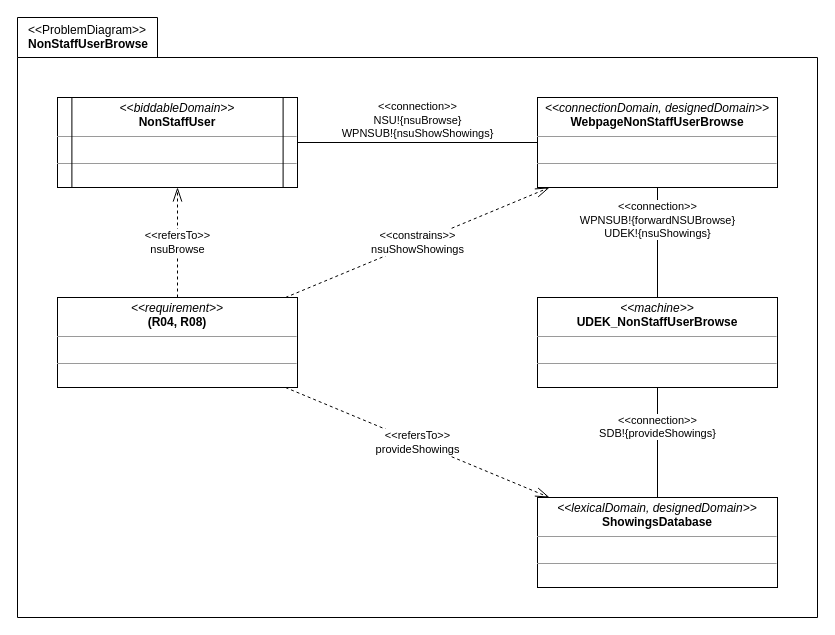
melvdlin/swtlab keeps this draw.io diagram as page "PD" (1 of 2) of a04_problem_diagram_2.drawio. Above is the earlier version. Source tidied: cells renumbered, new cells numbered last; positions are measured from the earlier drawing's top-left corner, leaving out a move shared by most shapes. Both pictures are drawn from the tidied source at 100%, with x=0, y=0 at pixel (17, 17).
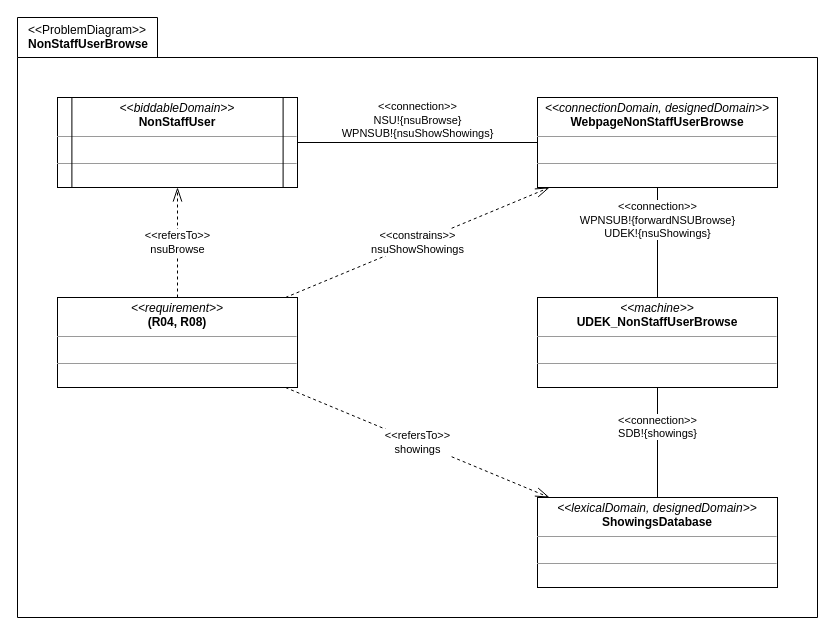
The same page after the edit.

Diff of the diagram source:
```diff
@@
 <mxGraphModel>
   <root>
     <mxCell id="0" />
     <mxCell id="1" parent="0" />
     <mxCell id="2" value="&lt;div&gt;&lt;span style=&quot;font-weight: 400&quot;&gt;&amp;lt;&amp;lt;ProblemDiagram&amp;gt;&amp;gt;&lt;/span&gt;&lt;/div&gt;&lt;div style=&quot;text-align: center&quot;&gt;NonStaffUserBrowse&lt;/div&gt;" style="shape=folder;fontStyle=1;spacingTop=1;tabWidth=140;tabHeight=40;tabPosition=left;html=1;rounded=0;shadow=0;glass=0;comic=0;sketch=0;gradientColor=none;labelPosition=center;verticalLabelPosition=middle;align=left;verticalAlign=top;spacing=0;spacingLeft=11;fillColor=default;" parent="1" vertex="1">
       <mxGeometry width="800" height="600" as="geometry" />
     </mxCell>
     <mxCell id="3" style="group;" parent="2" vertex="1">
       <mxGeometry x="40" y="80" width="720" height="490" as="geometry" />
     </mxCell>
     <mxCell id="4" value="&lt;p style=&quot;margin: 0px ; margin-top: 4px ; text-align: center&quot;&gt;&lt;i&gt;&amp;lt;&amp;lt;machine&amp;gt;&amp;gt;&lt;/i&gt;&lt;br&gt;&lt;b&gt;UDEK_NonStaffUserBrowse&lt;/b&gt;&lt;/p&gt;&lt;hr size=&quot;1&quot;&gt;&lt;p style=&quot;margin: 0px ; margin-left: 4px&quot;&gt;&lt;br&gt;&lt;/p&gt;&lt;hr size=&quot;1&quot;&gt;&lt;p style=&quot;margin: 0px ; margin-left: 4px&quot;&gt;&lt;br&gt;&lt;/p&gt;" style="verticalAlign=top;align=left;overflow=fill;fontSize=12;fontFamily=Helvetica;html=1;rounded=0;shadow=0;glass=0;comic=0;sketch=0;fontColor=default;gradientColor=none;" parent="3" vertex="1">
       <mxGeometry x="480" y="200" width="240" height="90" as="geometry" />
     </mxCell>
     <mxCell id="5" value="&amp;lt;&amp;lt;connection&amp;gt;&amp;gt;&lt;br&gt;WPNSUB!{forwardNSUBrowse}&lt;br&gt;UDEK!{nsuShowings}" style="rounded=0;jettySize=auto;html=1;startArrow=none;startFill=0;endArrow=none;endFill=0;startSize=12;endSize=12;verticalAlign=bottom;" parent="3" edge="1" source="6" target="4">
       <mxGeometry relative="1" as="geometry" />
     </mxCell>
     <mxCell id="6" value="&lt;p style=&quot;margin: 0px ; margin-top: 4px ; text-align: center&quot;&gt;&lt;i&gt;&amp;lt;&amp;lt;connectionDomain, designedDomain&amp;gt;&amp;gt;&lt;/i&gt;&lt;br&gt;&lt;b&gt;WebpageNonStaffUserBrowse&lt;/b&gt;&lt;/p&gt;&lt;hr size=&quot;1&quot;&gt;&lt;p style=&quot;margin: 0px ; margin-left: 4px&quot;&gt;&lt;br&gt;&lt;/p&gt;&lt;hr size=&quot;1&quot;&gt;&lt;p style=&quot;margin: 0px ; margin-left: 4px&quot;&gt;&lt;br&gt;&lt;/p&gt;" style="verticalAlign=top;align=left;overflow=fill;fontSize=12;fontFamily=Helvetica;html=1;rounded=0;shadow=0;glass=0;comic=0;sketch=0;fontColor=default;gradientColor=none;" parent="3" vertex="1">
       <mxGeometry x="480" width="240" height="90" as="geometry" />
     </mxCell>
     <mxCell id="7" style="group;" parent="3" vertex="1">
       <mxGeometry width="240" height="90" as="geometry" />
     </mxCell>
     <mxCell id="8" value="&lt;p style=&quot;margin: 0px ; margin-top: 4px ; text-align: center&quot;&gt;&lt;i&gt;&amp;lt;&amp;lt;biddableDomain&amp;gt;&amp;gt;&lt;/i&gt;&lt;br&gt;&lt;b&gt;NonStaffUser&lt;/b&gt;&lt;/p&gt;&lt;hr size=&quot;1&quot;&gt;&lt;p style=&quot;margin: 0px ; margin-left: 4px&quot;&gt;&lt;br&gt;&lt;/p&gt;&lt;hr size=&quot;1&quot;&gt;&lt;p style=&quot;margin: 0px ; margin-left: 4px&quot;&gt;&lt;br&gt;&lt;/p&gt;" style="verticalAlign=top;align=left;overflow=fill;fontSize=12;fontFamily=Helvetica;html=1;rounded=0;shadow=0;glass=0;comic=0;sketch=0;fontColor=default;gradientColor=none;points=[[0,0,0,0,0],[0,0.24,0,0,0],[0,0.5,0,0,0],[0,0.76,0,0,0],[0,1,0,0,0],[0.06,0,0,0,0],[0.06,1,0,0,0],[0.13,0,0,0,0],[0.13,1,0,0,0],[0.25,0,0,0,0],[0.25,1,0,0,0],[0.5,0,0,0,0],[0.5,1,0,0,0],[0.75,0,0,0,0],[0.75,1,0,0,0],[0.88,0,0,0,0],[0.88,1,0,0,0],[0.94,0,0,0,0],[0.94,1,0,0,0],[1,0,0,0,0],[1,0.26,0,0,0],[1,0.5,0,0,0],[1,0.76,0,0,0],[1,1,0,0,0]];strokeWidth=1;" parent="7" vertex="1">
       <mxGeometry width="240" height="90" as="geometry" />
     </mxCell>
     <mxCell id="9" style="rounded=0;orthogonalLoop=1;jettySize=auto;html=1;exitX=0.06;exitY=0;exitDx=0;exitDy=0;exitPerimeter=0;entryX=0.06;entryY=1;entryDx=0;entryDy=0;entryPerimeter=0;startArrow=none;startFill=0;endArrow=none;endFill=0;startSize=12;endSize=12;" parent="7" edge="1" source="8" target="8">
       <mxGeometry relative="1" as="geometry" />
     </mxCell>
     <mxCell id="10" style="rounded=0;orthogonalLoop=1;jettySize=auto;html=1;exitX=0.94;exitY=0;exitDx=0;exitDy=0;exitPerimeter=0;entryX=0.94;entryY=1;entryDx=0;entryDy=0;entryPerimeter=0;startArrow=none;startFill=0;endArrow=none;endFill=0;startSize=12;endSize=12;" parent="7" edge="1" source="8" target="8">
       <mxGeometry relative="1" as="geometry" />
     </mxCell>
     <mxCell id="11" value="&amp;lt;&amp;lt;connection&amp;gt;&amp;gt;&lt;br&gt;NSU!{nsuBrowse}&lt;br&gt;WPNSUB!{nsuShowShowings}" style="rounded=0;jettySize=auto;html=1;startArrow=none;startFill=0;endArrow=none;endFill=0;startSize=12;endSize=12;verticalAlign=bottom;" parent="3" edge="1" source="8" target="6">
       <mxGeometry relative="1" as="geometry" />
     </mxCell>
-    <mxCell id="12" value="&amp;lt;&amp;lt;connection&amp;gt;&amp;gt;&lt;br&gt;SDB!{provideShowings}" style="rounded=0;jettySize=auto;html=1;startArrow=none;startFill=0;endArrow=none;endFill=0;startSize=12;endSize=12;verticalAlign=bottom;" parent="3" edge="1" source="13" target="4">
+    <mxCell id="12" value="&amp;lt;&amp;lt;connection&amp;gt;&amp;gt;&lt;br&gt;SDB!{showings}" style="rounded=0;jettySize=auto;html=1;startArrow=none;startFill=0;endArrow=none;endFill=0;startSize=12;endSize=12;verticalAlign=bottom;" parent="3" edge="1" source="13" target="4">
       <mxGeometry relative="1" as="geometry" />
     </mxCell>
     <mxCell id="13" value="&lt;p style=&quot;margin: 0px ; margin-top: 4px ; text-align: center&quot;&gt;&lt;i&gt;&amp;lt;&amp;lt;lexicalDomain, designedDomain&amp;gt;&amp;gt;&lt;/i&gt;&lt;br&gt;&lt;b&gt;ShowingsDatabase&lt;/b&gt;&lt;/p&gt;&lt;hr size=&quot;1&quot;&gt;&lt;p style=&quot;margin: 0px ; margin-left: 4px&quot;&gt;&lt;br&gt;&lt;/p&gt;&lt;hr size=&quot;1&quot;&gt;&lt;p style=&quot;margin: 0px ; margin-left: 4px&quot;&gt;&lt;br&gt;&lt;/p&gt;" style="verticalAlign=top;align=left;overflow=fill;fontSize=12;fontFamily=Helvetica;html=1;rounded=0;shadow=0;glass=0;comic=0;sketch=0;fontColor=default;gradientColor=none;strokeWidth=1;" parent="3" vertex="1">
       <mxGeometry x="480" y="400" width="240" height="90" as="geometry" />
     </mxCell>
     <mxCell id="14" value="&amp;lt;&amp;lt;constrains&amp;gt;&amp;gt;&lt;br&gt;nsuShowShowings" style="edgeStyle=none;rounded=0;jettySize=auto;html=1;startArrow=none;startFill=0;endArrow=openThin;endFill=0;startSize=12;endSize=12;dashed=1;" parent="3" edge="1" source="17" target="6">
       <mxGeometry relative="1" as="geometry" />
     </mxCell>
     <mxCell id="15" value="&amp;lt;&amp;lt;refersTo&amp;gt;&amp;gt;&lt;br&gt;nsuBrowse" style="edgeStyle=none;rounded=0;jettySize=auto;html=1;dashed=1;startArrow=none;startFill=0;endArrow=openThin;endFill=0;startSize=12;endSize=12;" parent="3" edge="1" source="17" target="8">
       <mxGeometry relative="1" as="geometry" />
     </mxCell>
-    <mxCell id="16" value="&amp;lt;&amp;lt;refersTo&amp;gt;&amp;gt;&lt;br&gt;provideShowings" style="edgeStyle=none;rounded=0;jettySize=auto;html=1;dashed=1;startArrow=none;startFill=0;endArrow=openThin;endFill=0;startSize=12;endSize=12;" parent="3" edge="1" source="17" target="13">
+    <mxCell id="16" value="&amp;lt;&amp;lt;refersTo&amp;gt;&amp;gt;&lt;br&gt;showings" style="edgeStyle=none;rounded=0;jettySize=auto;html=1;dashed=1;startArrow=none;startFill=0;endArrow=openThin;endFill=0;startSize=12;endSize=12;" parent="3" edge="1" source="17" target="13">
       <mxGeometry relative="1" as="geometry" />
     </mxCell>
     <mxCell id="17" value="&lt;p style=&quot;margin: 0px ; margin-top: 4px ; text-align: center&quot;&gt;&lt;i&gt;&amp;lt;&amp;lt;requirement&amp;gt;&amp;gt;&lt;/i&gt;&lt;br&gt;&lt;b&gt;(R04, R08)&lt;/b&gt;&lt;/p&gt;&lt;hr size=&quot;1&quot;&gt;&lt;p style=&quot;margin: 0px ; margin-left: 4px&quot;&gt;&lt;br&gt;&lt;/p&gt;&lt;hr size=&quot;1&quot;&gt;&lt;p style=&quot;margin: 0px ; margin-left: 4px&quot;&gt;&lt;br&gt;&lt;/p&gt;" style="verticalAlign=top;align=left;overflow=fill;fontSize=12;fontFamily=Helvetica;html=1;rounded=0;shadow=0;glass=0;comic=0;sketch=0;fontColor=default;gradientColor=none;" parent="3" vertex="1">
       <mxGeometry y="200" width="240" height="90" as="geometry" />
     </mxCell>
   </root>
 </mxGraphModel>
```
